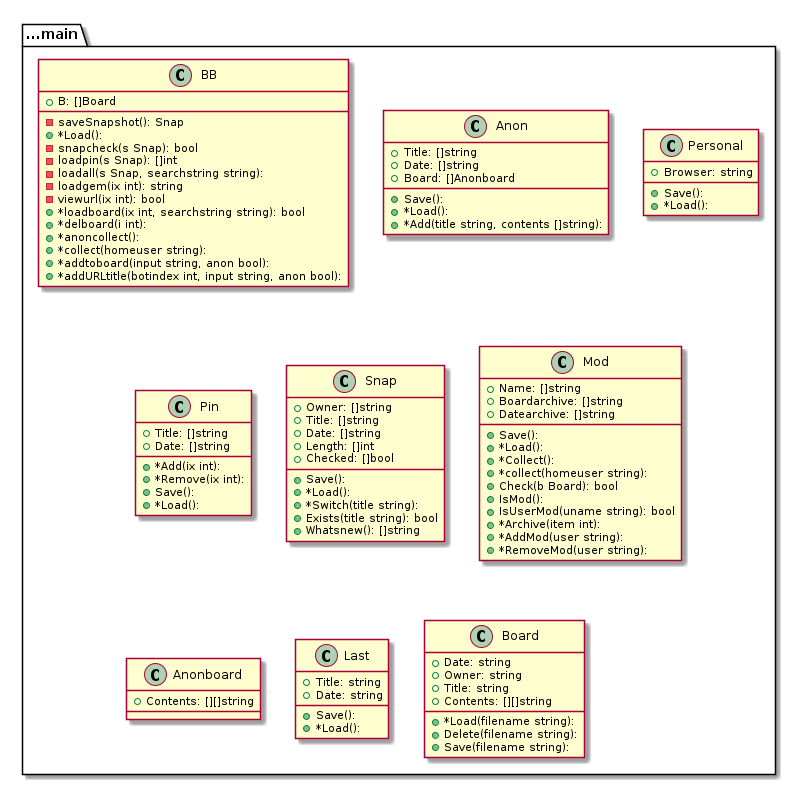
Before: graph.png, a diagram exported from PlantUML (tbal999/bb).
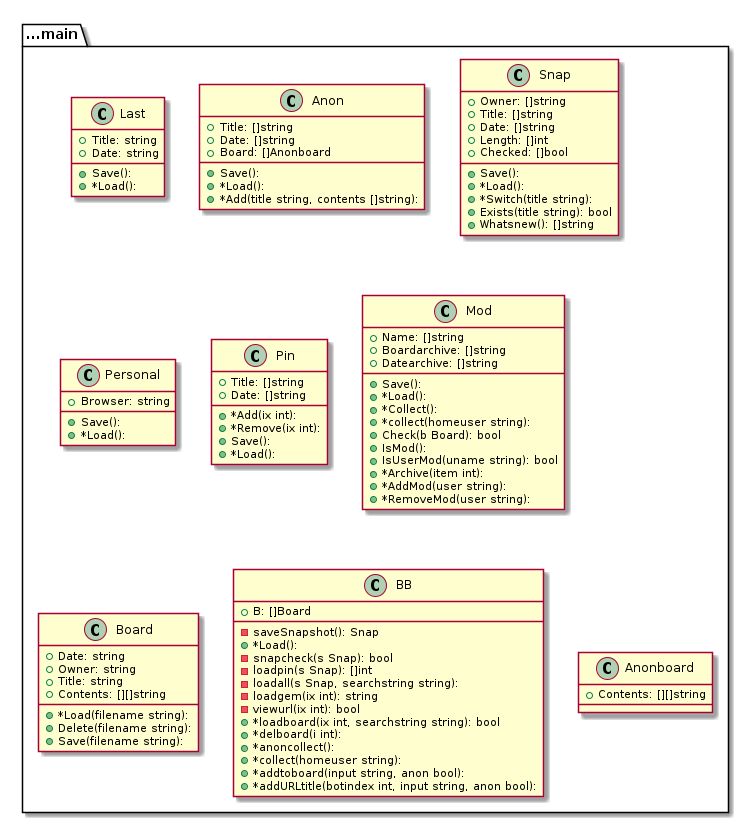
Later version of the same file.

Change to the diagram source:
```diff
@@ -1,20 +1,10 @@
 @startuml
 package ...main{
-class BB {
-+B: []Board
--saveSnapshot(): Snap
+class Last {
++Title: string
++Date: string
++Save():
 +*Load():
--snapcheck(s Snap): bool
--loadpin(s Snap): []int
--loadall(s Snap, searchstring string):
--loadgem(ix int): string
--viewurl(ix int): bool
-+*loadboard(ix int, searchstring string): bool
-+*delboard(i int):
-+*anoncollect():
-+*collect(homeuser string):
-+*addtoboard(input string, anon bool):
-+*addURLtitle(botindex int, input string, anon bool):
 }
 }
 package ...main{
@@ -25,6 +15,20 @@
 +Save():
 +*Load():
 +*Add(title string, contents []string):
+}
+}
+package ...main{
+class Snap {
++Owner: []string
++Title: []string
++Date: []string
++Length: []int
++Checked: []bool
++Save():
++*Load():
++*Switch(title string):
++Exists(title string): bool
++Whatsnew(): []string
 }
 }
 package ...main{
@@ -45,20 +49,6 @@
 }
 }
 package ...main{
-class Snap {
-+Owner: []string
-+Title: []string
-+Date: []string
-+Length: []int
-+Checked: []bool
-+Save():
-+*Load():
-+*Switch(title string):
-+Exists(title string): bool
-+Whatsnew(): []string
-}
-}
-package ...main{
 class Mod {
 +Name: []string
 +Boardarchive: []string
@@ -76,20 +66,6 @@
 }
 }
 package ...main{
-class Anonboard {
-+Contents: [][]string
-
-}
-}
-package ...main{
-class Last {
-+Title: string
-+Date: string
-+Save():
-+*Load():
-}
-}
-package ...main{
 class Board {
 +Date: string
 +Owner: string
@@ -100,5 +76,29 @@
 +Save(filename string):
 }
 }
+package ...main{
+class BB {
++B: []Board
+-saveSnapshot(): Snap
++*Load():
+-snapcheck(s Snap): bool
+-loadpin(s Snap): []int
+-loadall(s Snap, searchstring string):
+-loadgem(ix int): string
+-viewurl(ix int): bool
++*loadboard(ix int, searchstring string): bool
++*delboard(i int):
++*anoncollect():
++*collect(homeuser string):
++*addtoboard(input string, anon bool):
++*addURLtitle(botindex int, input string, anon bool):
+}
+}
+package ...main{
+class Anonboard {
++Contents: [][]string
+
+}
+}
 
 @enduml
```
